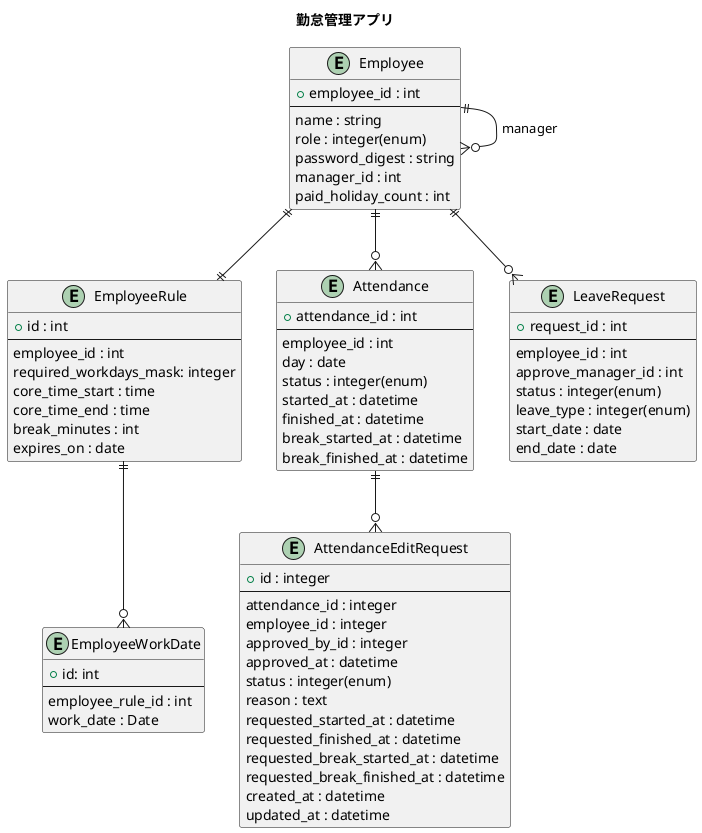
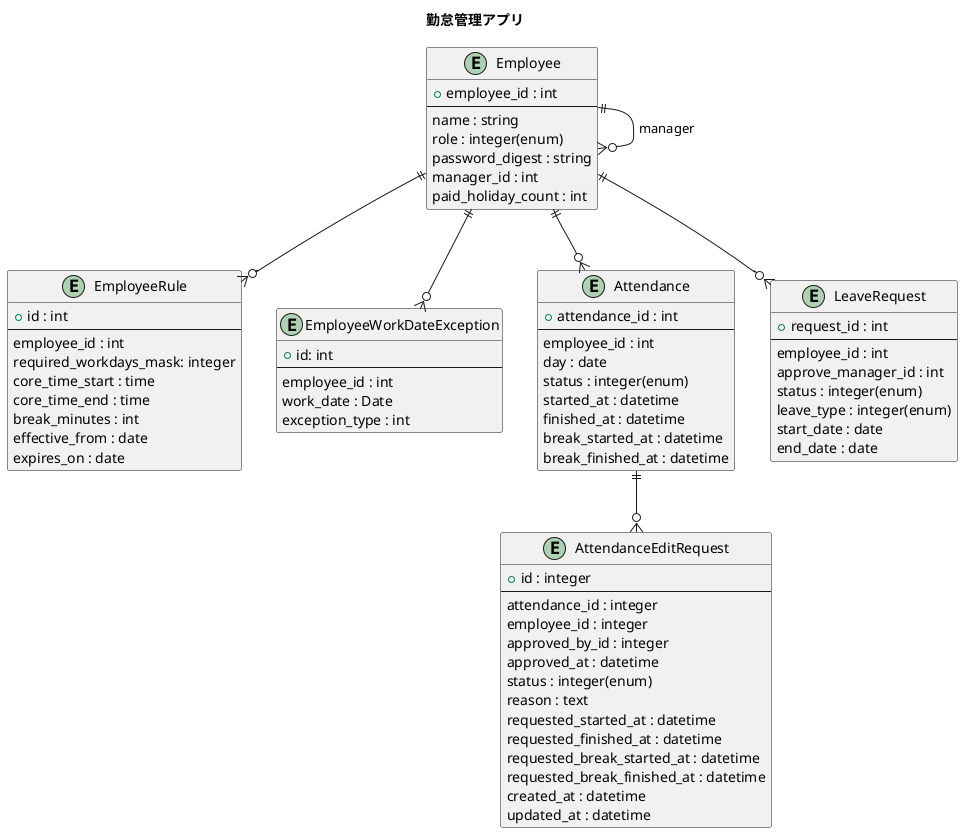
@startuml
title 勤怠管理アプリ

entity Employee {
  + employee_id : int
  --
  name : string
  role : integer(enum)
  password_digest : string
  manager_id : int
  paid_holiday_count : int
}
Employee ||--o{ Employee : manager

entity EmployeeRule {
  + id : int
  --
  employee_id : int
  required_workdays_mask: integer
  core_time_start : time
  core_time_end : time
  break_minutes : int
+   effective_from : date
  expires_on : date
}

- entity EmployeeWorkDate{
+ entity EmployeeWorkDateException{
  + id: int
  --
-   employee_rule_id : int
+   employee_id : int
  work_date : Date
+   exception_type : int
}

- Employee ||--||EmployeeRule
- EmployeeRule ||--o{EmployeeWorkDate
+ Employee ||--o{EmployeeRule
+ Employee ||--o{EmployeeWorkDateException

entity Attendance {
  + attendance_id : int
  --
  employee_id : int
  day : date
  status : integer(enum)
  started_at : datetime
  finished_at : datetime
  break_started_at : datetime
  break_finished_at : datetime
}

entity AttendanceEditRequest {
  + id : integer
  --
  attendance_id : integer
  employee_id : integer
  approved_by_id : integer
  approved_at : datetime
  'edit_type : integer(enum)
  status : integer(enum)
  reason : text
  requested_started_at : datetime
  requested_finished_at : datetime
  requested_break_started_at : datetime
  requested_break_finished_at : datetime
  created_at : datetime
  updated_at : datetime
}

entity LeaveRequest{
  + request_id : int
  --
  employee_id : int
  approve_manager_id : int
  status : integer(enum)
  leave_type : integer(enum)
  start_date : date
  end_date : date
}

Employee ||--o{ Attendance
Employee ||--o{ LeaveRequest
Attendance ||--o{ AttendanceEditRequest


@enduml